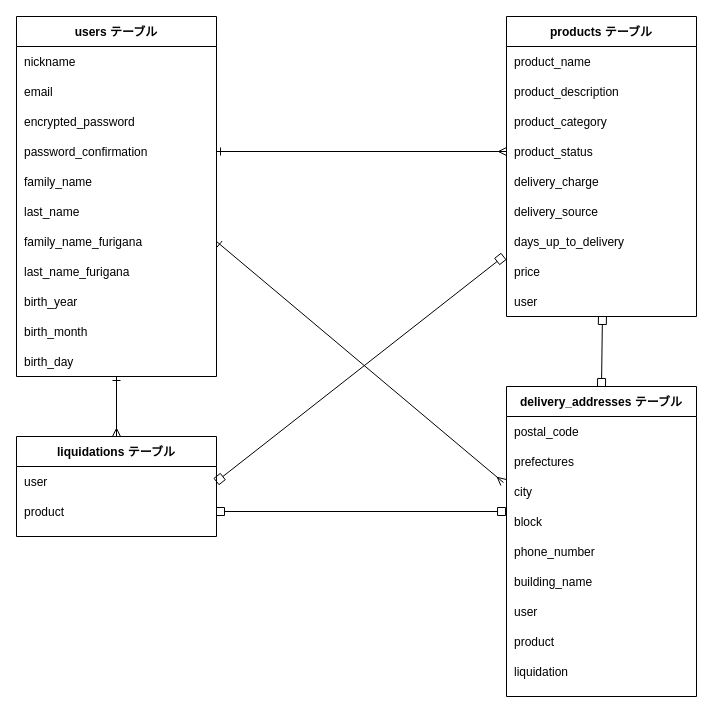
Above: er.dio in mujin-pro/furima-35159 (draw.io), before the change. Source tidied: cells renumbered, new cells numbered last; positions are measured from the earlier drawing's top-left corner, leaving out a move shared by most shapes. Both pictures are drawn from the tidied source at 100%, with x=0, y=0 at pixel (16, 16).
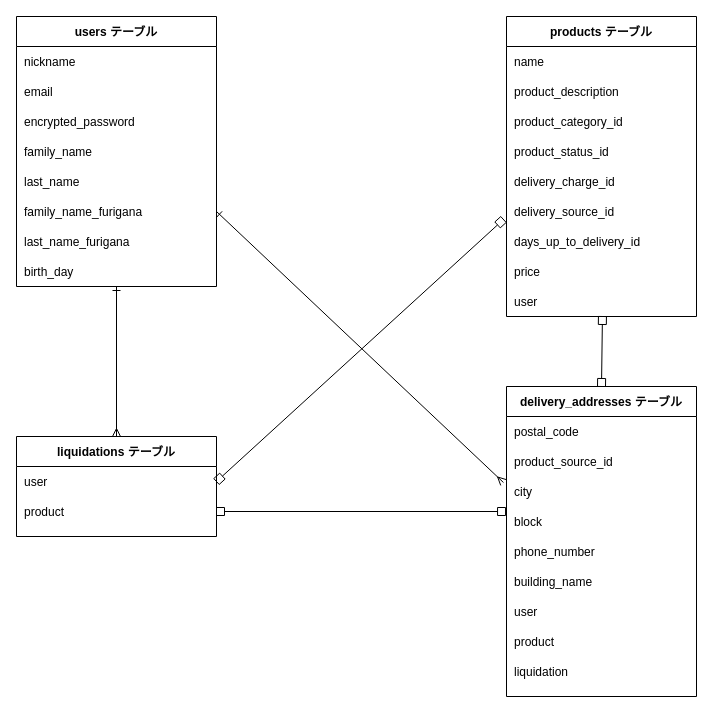
After the change.

Commit message (it also covers changes not shown here):
ER図・README修正

Unchanged cells that the change refers to:
```xml
<mxCell id="26" style="shape=partialRectangle;fillColor=none;top=0;left=0;bottom=0;right=0;" parent="25" vertex="1">
  <mxGeometry y="30" width="190" height="30" as="geometry" />
</mxCell>
<mxCell id="30" style="shape=partialRectangle;fillColor=none;top=0;left=0;bottom=0;right=0;" parent="25" vertex="1">
  <mxGeometry y="90" width="190" height="30" as="geometry" />
</mxCell>
<mxCell id="32" style="shape=partialRectangle;fillColor=none;top=0;left=0;bottom=0;right=0;points=[[0,0.5],[1,0.5]];portConstraint=eastwest;" parent="25" vertex="1">
  <mxGeometry y="120" width="190" height="30" as="geometry" />
</mxCell>
<mxCell id="34" style="shape=partialRectangle;fillColor=none;top=0;left=0;bottom=0;right=0;" parent="25" vertex="1">
  <mxGeometry y="150" width="190" height="30" as="geometry" />
</mxCell>
<mxCell id="36" style="shape=partialRectangle;fillColor=none;top=0;left=0;bottom=0;right=0;points=[[0,0.5],[1,0.5]];portConstraint=eastwest;" parent="25" vertex="1">
  <mxGeometry y="180" width="190" height="30" as="geometry" />
</mxCell>
<mxCell id="38" style="shape=partialRectangle;fillColor=none;top=0;left=0;bottom=0;right=0;points=[[0,0.5],[1,0.5]];portConstraint=eastwest;" parent="25" vertex="1">
  <mxGeometry y="210" width="190" height="30" as="geometry" />
</mxCell>
<mxCell id="48" style="shape=partialRectangle;fillColor=none;top=0;left=0;bottom=0;right=0;points=[[0,0.5],[1,0.5]];portConstraint=eastwest;" parent="47" vertex="1">
  <mxGeometry y="30" width="200" height="30" as="geometry" />
</mxCell>
<mxCell id="56" style="shape=partialRectangle;fillColor=none;top=0;left=0;bottom=0;right=0;" parent="53" vertex="1">
  <mxGeometry y="60" width="190" height="30" as="geometry" />
</mxCell>
```

Change to the diagram source:
```diff
@@
     <mxCell id="2" value="users テーブル" style="shape=table;startSize=30;childLayout=tableLayout;rowLines=0;fontStyle=1;align=center;" parent="1" vertex="1">
-      <mxGeometry width="200" height="360" as="geometry" />
+      <mxGeometry width="200" height="270" as="geometry" />
     </mxCell>
@@
-    <mxCell id="9" style="shape=partialRectangle;fillColor=none;top=0;left=0;bottom=0;right=0;points=[[0,0.5],[1,0.5]];portConstraint=eastwest;" parent="2" vertex="1">
-      <mxGeometry y="120" width="200" height="30" as="geometry" />
-    </mxCell>
-    <mxCell id="10" value="password_confirmation" style="shape=partialRectangle;fillColor=none;top=0;left=0;bottom=0;right=0;align=left;spacingLeft=6;overflow=hidden;" parent="9" vertex="1">
-      <mxGeometry width="200" height="30" as="geometry" />
-    </mxCell>
     <mxCell id="11" style="shape=partialRectangle;fillColor=none;top=0;left=0;bottom=0;right=0;" parent="2" vertex="1">
-      <mxGeometry y="150" width="200" height="30" as="geometry" />
+      <mxGeometry y="120" width="200" height="30" as="geometry" />
     </mxCell>
@@
     <mxCell id="13" style="shape=partialRectangle;fillColor=none;top=0;left=0;bottom=0;right=0;" parent="2" vertex="1">
-      <mxGeometry y="180" width="200" height="30" as="geometry" />
+      <mxGeometry y="150" width="200" height="30" as="geometry" />
     </mxCell>
@@
     <mxCell id="15" style="shape=partialRectangle;fillColor=none;top=0;left=0;bottom=0;right=0;points=[[0,0.5],[1,0.5]];portConstraint=eastwest;" parent="2" vertex="1">
-      <mxGeometry y="210" width="200" height="30" as="geometry" />
+      <mxGeometry y="180" width="200" height="30" as="geometry" />
     </mxCell>
@@
     <mxCell id="17" style="shape=partialRectangle;fillColor=none;top=0;left=0;bottom=0;right=0;" parent="2" vertex="1">
-      <mxGeometry y="240" width="200" height="30" as="geometry" />
+      <mxGeometry y="210" width="200" height="30" as="geometry" />
     </mxCell>
@@
-    <mxCell id="19" style="shape=partialRectangle;fillColor=none;top=0;left=0;bottom=0;right=0;" parent="2" vertex="1">
-      <mxGeometry y="270" width="200" height="30" as="geometry" />
-    </mxCell>
-    <mxCell id="20" value="birth_year" style="shape=partialRectangle;fillColor=none;top=0;left=0;bottom=0;right=0;align=left;spacingLeft=6;overflow=hidden;" parent="19" vertex="1">
-      <mxGeometry width="200" height="30" as="geometry" />
-    </mxCell>
-    <mxCell id="21" style="shape=partialRectangle;fillColor=none;top=0;left=0;bottom=0;right=0;" parent="2" vertex="1">
-      <mxGeometry y="300" width="200" height="30" as="geometry" />
-    </mxCell>
-    <mxCell id="22" value="birth_month" style="shape=partialRectangle;fillColor=none;top=0;left=0;bottom=0;right=0;align=left;spacingLeft=6;overflow=hidden;" parent="21" vertex="1">
-      <mxGeometry width="200" height="30" as="geometry" />
-    </mxCell>
     <mxCell id="23" style="shape=partialRectangle;fillColor=none;top=0;left=0;bottom=0;right=0;points=[[0,0.5],[1,0.5]];portConstraint=eastwest;" parent="2" vertex="1">
-      <mxGeometry y="330" width="200" height="30" as="geometry" />
+      <mxGeometry y="240" width="200" height="30" as="geometry" />
     </mxCell>
@@
-    <mxCell id="27" value="product_name" style="shape=partialRectangle;fillColor=none;top=0;left=0;bottom=0;right=0;align=left;spacingLeft=6;overflow=hidden;" parent="26" vertex="1">
+    <mxCell id="27" value="name" style="shape=partialRectangle;fillColor=none;top=0;left=0;bottom=0;right=0;align=left;spacingLeft=6;overflow=hidden;" parent="26" vertex="1">
       <mxGeometry width="190" height="30" as="geometry" />
     </mxCell>
@@
-    <mxCell id="31" value="product_category" style="shape=partialRectangle;fillColor=none;top=0;left=0;bottom=0;right=0;align=left;spacingLeft=6;overflow=hidden;" parent="30" vertex="1">
+    <mxCell id="31" value="product_category_id" style="shape=partialRectangle;fillColor=none;top=0;left=0;bottom=0;right=0;align=left;spacingLeft=6;overflow=hidden;" parent="30" vertex="1">
       <mxGeometry width="190" height="30" as="geometry" />
     </mxCell>
@@
-    <mxCell id="33" value="product_status" style="shape=partialRectangle;fillColor=none;top=0;left=0;bottom=0;right=0;align=left;spacingLeft=6;overflow=hidden;" parent="32" vertex="1">
+    <mxCell id="33" value="product_status_id" style="shape=partialRectangle;fillColor=none;top=0;left=0;bottom=0;right=0;align=left;spacingLeft=6;overflow=hidden;" parent="32" vertex="1">
       <mxGeometry width="190" height="30" as="geometry" />
     </mxCell>
@@
-    <mxCell id="35" value="delivery_charge" style="shape=partialRectangle;fillColor=none;top=0;left=0;bottom=0;right=0;align=left;spacingLeft=6;overflow=hidden;" parent="34" vertex="1">
+    <mxCell id="35" value="delivery_charge_id" style="shape=partialRectangle;fillColor=none;top=0;left=0;bottom=0;right=0;align=left;spacingLeft=6;overflow=hidden;" parent="34" vertex="1">
       <mxGeometry width="190" height="30" as="geometry" />
     </mxCell>
@@
-    <mxCell id="37" value="delivery_source" style="shape=partialRectangle;fillColor=none;top=0;left=0;bottom=0;right=0;align=left;spacingLeft=6;overflow=hidden;" parent="36" vertex="1">
+    <mxCell id="37" value="delivery_source_id" style="shape=partialRectangle;fillColor=none;top=0;left=0;bottom=0;right=0;align=left;spacingLeft=6;overflow=hidden;" parent="36" vertex="1">
       <mxGeometry width="190" height="30" as="geometry" />
     </mxCell>
@@
-    <mxCell id="39" value="days_up_to_delivery" style="shape=partialRectangle;fillColor=none;top=0;left=0;bottom=0;right=0;align=left;spacingLeft=6;overflow=hidden;" parent="38" vertex="1">
+    <mxCell id="39" value="days_up_to_delivery_id" style="shape=partialRectangle;fillColor=none;top=0;left=0;bottom=0;right=0;align=left;spacingLeft=6;overflow=hidden;" parent="38" vertex="1">
       <mxGeometry width="190" height="30" as="geometry" />
     </mxCell>
@@
-    <mxCell id="44" style="edgeStyle=orthogonalEdgeStyle;rounded=0;jettySize=auto;html=1;exitX=1;exitY=0.5;exitDx=0;exitDy=0;entryX=0;entryY=0.5;entryDx=0;entryDy=0;fontSize=12;endArrow=ERmany;endFill=0;startArrow=ERone;startFill=0;" parent="1" edge="1" source="9" target="32">
+    <mxCell id="44" style="edgeStyle=orthogonalEdgeStyle;rounded=0;jettySize=auto;html=1;exitX=1;exitY=0.5;exitDx=0;exitDy=0;entryX=0;entryY=0.5;entryDx=0;entryDy=0;fontSize=12;endArrow=ERmany;endFill=0;startArrow=ERone;startFill=0;" parent="1" edge="1" target="32">
       <mxGeometry relative="1" as="geometry" />
     </mxCell>
@@
-    <mxCell id="46" style="edgeStyle=none;rounded=0;jettySize=auto;html=1;exitX=1;exitY=0.5;exitDx=0;exitDy=0;entryX=-0.016;entryY=1;entryDx=0;entryDy=0;startArrow=box;startFill=0;endArrow=box;endFill=0;fontSize=12;entryPerimeter=0;" parent="1" edge="1" source="48" target="38">
+    <mxCell id="46" style="edgeStyle=none;rounded=0;jettySize=auto;html=1;exitX=1;exitY=0.5;exitDx=0;exitDy=0;entryX=-0.016;entryY=0.767;entryDx=0;entryDy=0;startArrow=box;startFill=0;endArrow=box;endFill=0;fontSize=12;entryPerimeter=0;" parent="1" edge="1" source="48" target="36">
       <mxGeometry relative="1" as="geometry" />
     </mxCell>
@@
-    <mxCell id="57" value="prefectures" style="shape=partialRectangle;fillColor=none;top=0;left=0;bottom=0;right=0;align=left;spacingLeft=6;overflow=hidden;" parent="56" vertex="1">
+    <mxCell id="57" value="product_source_id" style="shape=partialRectangle;fillColor=none;top=0;left=0;bottom=0;right=0;align=left;spacingLeft=6;overflow=hidden;" parent="56" vertex="1">
       <mxGeometry width="190" height="30" as="geometry" />
     </mxCell>
```
